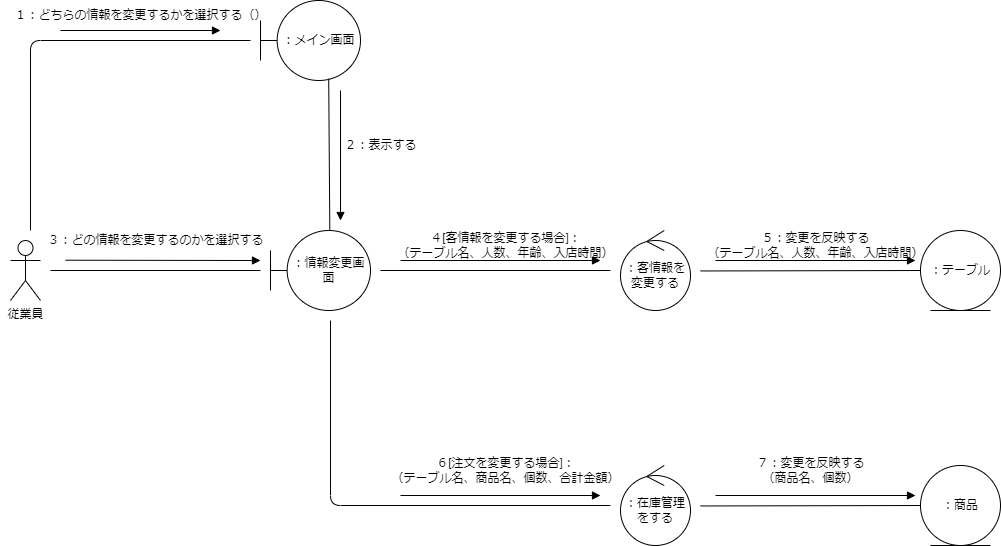
Before: psp4/コミュニケーション図/コミュニケーション図_情報変更.drawio.png, a diagram exported from draw.io (MasakiHiguchi/---). Source tidied: cells renumbered, new cells last; positions are measured from the earlier drawing's top-left corner, leaving out a move shared by most shapes.
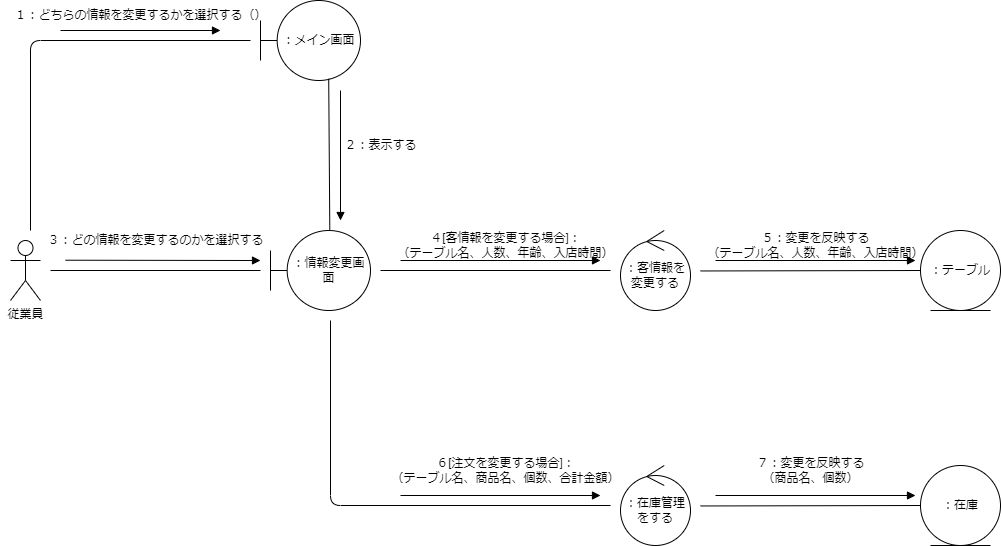
After the commit.

Change to the diagram source:
```diff
@@ -99,7 +99,7 @@
         <mxPoint x="700" y="505.5" as="targetPoint" />
       </mxGeometry>
     </mxCell>
-    <mxCell id="24" value="：商品" style="ellipse;shape=umlEntity;whiteSpace=wrap;html=1;" parent="1" vertex="1">
+    <mxCell id="24" value="：在庫" style="ellipse;shape=umlEntity;whiteSpace=wrap;html=1;" parent="1" vertex="1">
       <mxGeometry x="920" y="465" width="80" height="80" as="geometry" />
     </mxCell>
     <mxCell id="25" style="edgeStyle=none;html=1;endArrow=none;endFill=0;" parent="1" edge="1">
```
